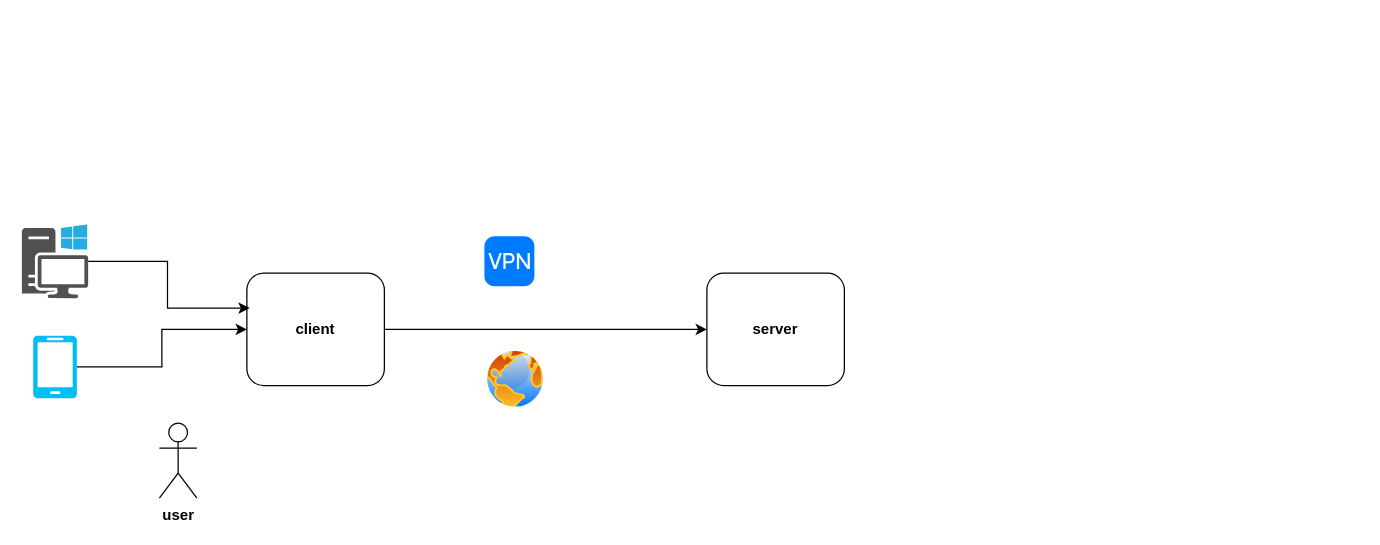
Before: trojan-gfw.drawio in Amos-Pan-lei/diagram-repo, a draw.io diagram. Source tidied: cells renumbered, new cells numbered last; positions are measured from the earlier drawing's top-left corner, leaving out a move shared by most shapes. Both pictures are drawn from the tidied source at 125%, with x=0, y=0 at pixel (21, 224).
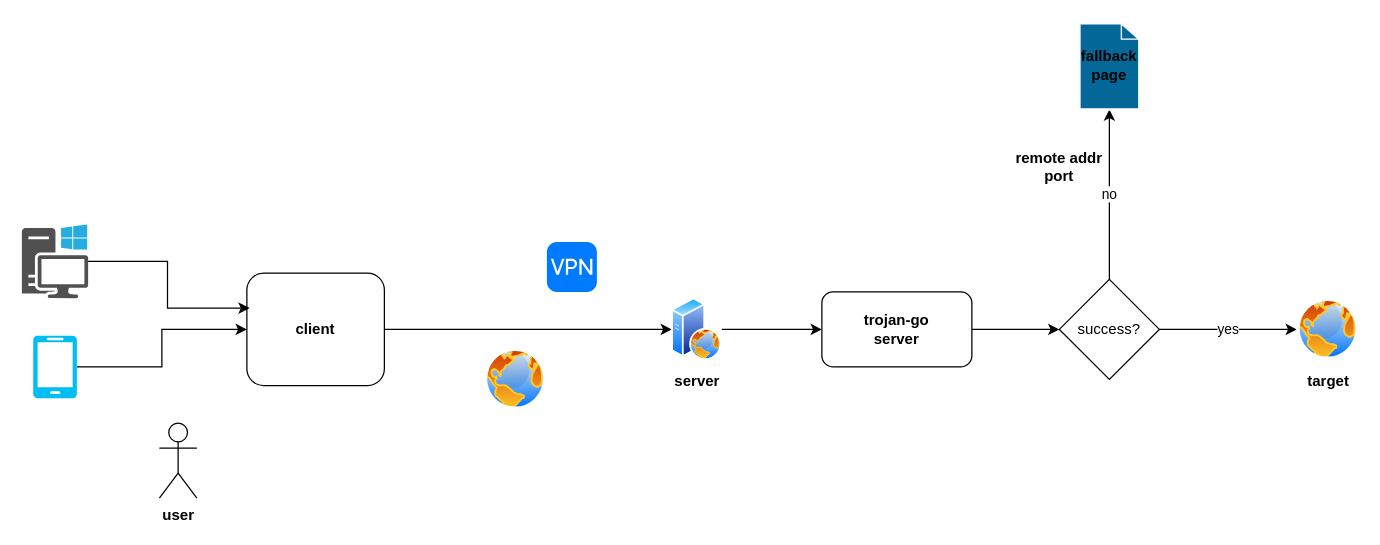
The same page after the edit.

What changed in the source:
```diff
@@
-    <mxCell id="4" value="server" style="rounded=1;whiteSpace=wrap;html=1;fontStyle=1;" parent="1" vertex="1">
-      <mxGeometry x="548" y="39" width="110" height="90" as="geometry" />
-    </mxCell>
+    <mxCell id="12" style="edgeStyle=orthogonalEdgeStyle;rounded=0;jettySize=auto;html=1;entryX=0;entryY=0.5;entryDx=0;entryDy=0;exitX=1;exitY=0.5;exitDx=0;exitDy=0;" parent="1" edge="1" source="21" target="15">
+      <mxGeometry relative="1" as="geometry" />
+    </mxCell>
     <mxCell id="5" style="html=1;strokeWidth=1;shadow=0;dashed=0;shape=mxgraph.ios7.misc.vpn;fillColor=#007AFF;strokeColor=none;buttonText=;strokeColor2=#222222;fontColor=#222222;fontSize=8;verticalLabelPosition=bottom;verticalAlign=top;align=center;sketch=0;" parent="1" vertex="1">
-      <mxGeometry x="370" y="9.5" width="40" height="40" as="geometry" />
+      <mxGeometry x="420" y="14" width="40" height="40" as="geometry" />
     </mxCell>
@@
+    <mxCell id="13" value="yes" style="edgeStyle=orthogonalEdgeStyle;rounded=0;jettySize=auto;html=1;" parent="1" edge="1" source="15" target="17">
+      <mxGeometry relative="1" as="geometry" />
+    </mxCell>
+    <mxCell id="14" value="no" style="edgeStyle=orthogonalEdgeStyle;rounded=0;jettySize=auto;html=1;" parent="1" edge="1" source="15" target="16">
+      <mxGeometry relative="1" as="geometry" />
+    </mxCell>
+    <mxCell id="15" value="success?" style="rhombus;whiteSpace=wrap;html=1;" parent="1" vertex="1">
+      <mxGeometry x="830" y="44" width="80" height="80" as="geometry" />
+    </mxCell>
+    <mxCell id="16" style="shape=mxgraph.cisco.misc.page_icon;html=1;dashed=0;fillColor=#036897;strokeColor=#ffffff;strokeWidth=2;verticalLabelPosition=bottom;verticalAlign=top;align=center;outlineConnect=0;" parent="1" vertex="1">
+      <mxGeometry x="846" y="-161" width="48" height="69" as="geometry" />
+    </mxCell>
+    <mxCell id="17" value="target" style="image;perimeter=ellipsePerimeter;html=1;align=center;shadow=0;dashed=0;spacingTop=3;image=img/lib/active_directory/internet_globe.svg;fontStyle=1;" parent="1" vertex="1">
+      <mxGeometry x="1020" y="59" width="50" height="50" as="geometry" />
+    </mxCell>
+    <mxCell id="18" value="remote addr&lt;br&gt;port" style="text;strokeColor=none;align=center;fillColor=none;html=1;verticalAlign=middle;whiteSpace=wrap;rounded=0;fontStyle=1;" parent="1" vertex="1">
+      <mxGeometry x="780" y="-71" width="100" height="50" as="geometry" />
+    </mxCell>
+    <mxCell id="19" value="&lt;b&gt;fallback page&lt;/b&gt;" style="text;strokeColor=none;align=center;fillColor=none;html=1;verticalAlign=middle;whiteSpace=wrap;rounded=0;" parent="1" vertex="1">
+      <mxGeometry x="840" y="-142" width="60" height="30" as="geometry" />
+    </mxCell>
+    <mxCell id="20" style="edgeStyle=orthogonalEdgeStyle;rounded=0;jettySize=auto;html=1;entryX=0;entryY=0.5;entryDx=0;entryDy=0;" parent="1" edge="1" source="4" target="21">
+      <mxGeometry relative="1" as="geometry" />
+    </mxCell>
+    <mxCell id="4" value="server" style="image;perimeter=ellipsePerimeter;html=1;align=center;shadow=0;dashed=0;spacingTop=3;image=img/lib/active_directory/web_server.svg;fontStyle=1;" parent="1" vertex="1">
+      <mxGeometry x="520" y="59" width="40" height="50" as="geometry" />
+    </mxCell>
+    <mxCell id="21" value="&lt;b&gt;trojan-go&lt;br&gt;server&lt;/b&gt;" style="rounded=1;whiteSpace=wrap;html=1;" parent="1" vertex="1">
+      <mxGeometry x="640" y="54" width="120" height="60" as="geometry" />
+    </mxCell>
```
